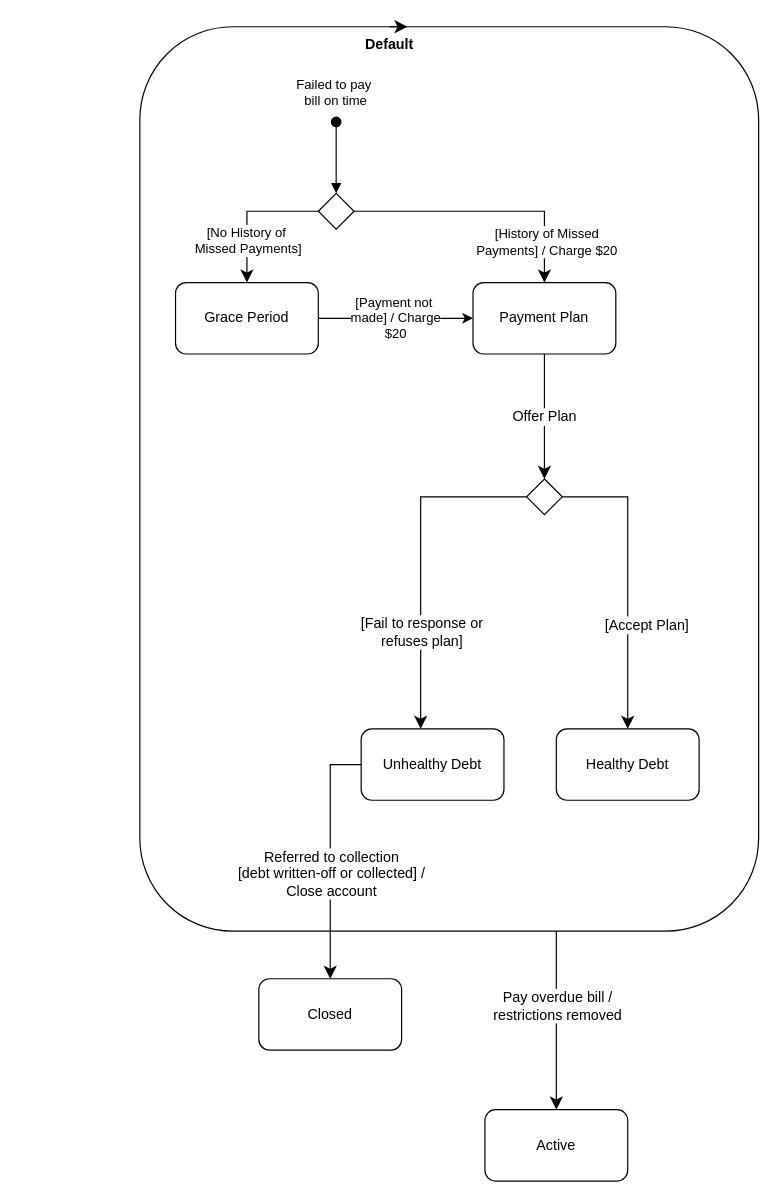
The draw.io diagram page "Page-2" (2 of 3) of workshop6_week7.drawio in antonykimuom/SWEN30006-2025-SM1-workshop1-tuew05-14-00-team-12, before the edit. Source tidied: cells renumbered, new cells numbered last; positions are measured from the earlier drawing's top-left corner, leaving out a move shared by most shapes. Both pictures are drawn from the tidied source at 119%, with x=0, y=0 at pixel (139, 26).
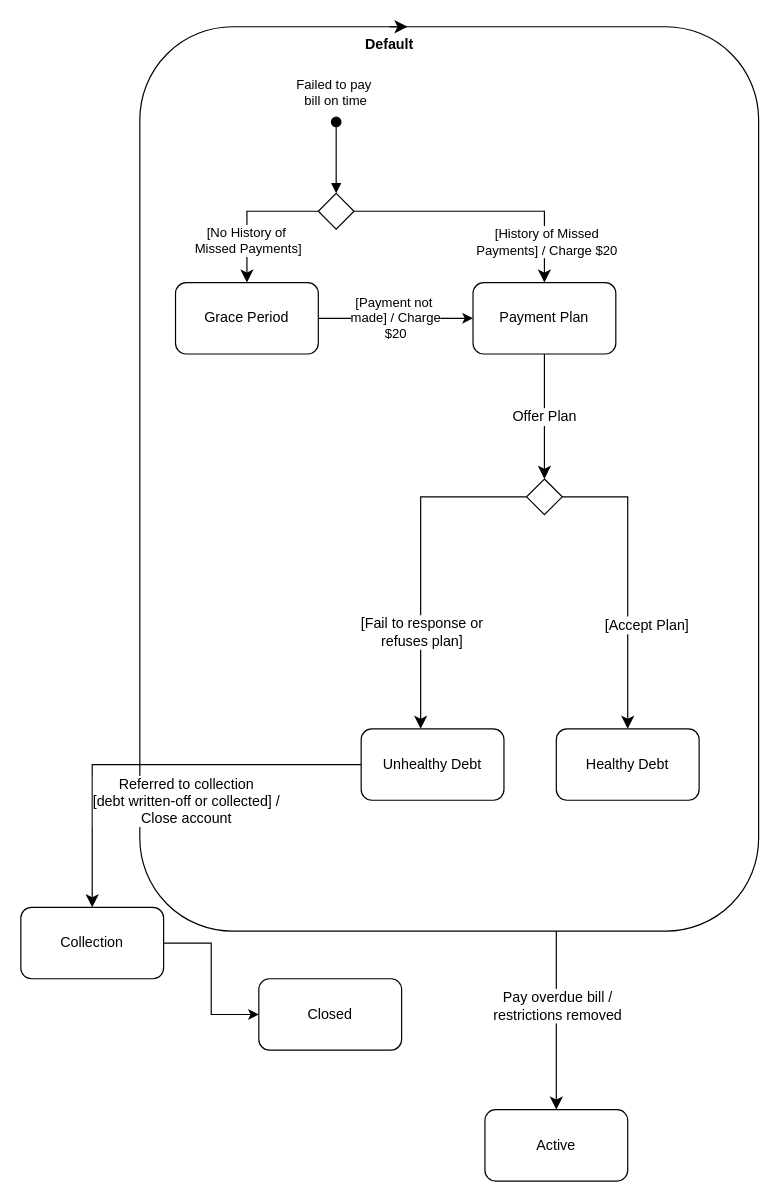
The same page after the edit.

Unchanged cells that the change refers to:
```xml
<mxCell id="10" value="Unhealthy Debt" style="rounded=1;whiteSpace=wrap;html=1;" parent="1" vertex="1">
  <mxGeometry x="186" y="590" width="120" height="60" as="geometry" />
</mxCell>
<mxCell id="27" value="Closed" style="rounded=1;whiteSpace=wrap;html=1;" parent="1" vertex="1">
  <mxGeometry x="100" y="800" width="120" height="60" as="geometry" />
</mxCell>
```

Diff of the diagram source:
```diff
@@
-    <mxCell id="8" style="edgeStyle=orthogonalEdgeStyle;rounded=0;jettySize=auto;html=1;fontSize=12;startSize=8;endSize=8;" parent="1" edge="1" source="10" target="27">
+    <mxCell id="8" style="edgeStyle=orthogonalEdgeStyle;rounded=0;jettySize=auto;html=1;fontSize=12;startSize=8;endSize=8;entryX=0.5;entryY=0;entryDx=0;entryDy=0;" parent="1" edge="1" source="10" target="30">
       <mxGeometry relative="1" as="geometry">
         <Array as="points">
-          <mxPoint x="160" y="620" />
+          <mxPoint x="-40" y="620" />
         </Array>
       </mxGeometry>
     </mxCell>
@@
+    <mxCell id="29" style="edgeStyle=orthogonalEdgeStyle;rounded=0;jettySize=auto;html=1;" parent="1" edge="1" source="30" target="27">
+      <mxGeometry relative="1" as="geometry" />
+    </mxCell>
+    <mxCell id="30" value="Collection" style="rounded=1;whiteSpace=wrap;html=1;" parent="1" vertex="1">
+      <mxGeometry x="-100" y="740" width="120" height="60" as="geometry" />
+    </mxCell>
```
